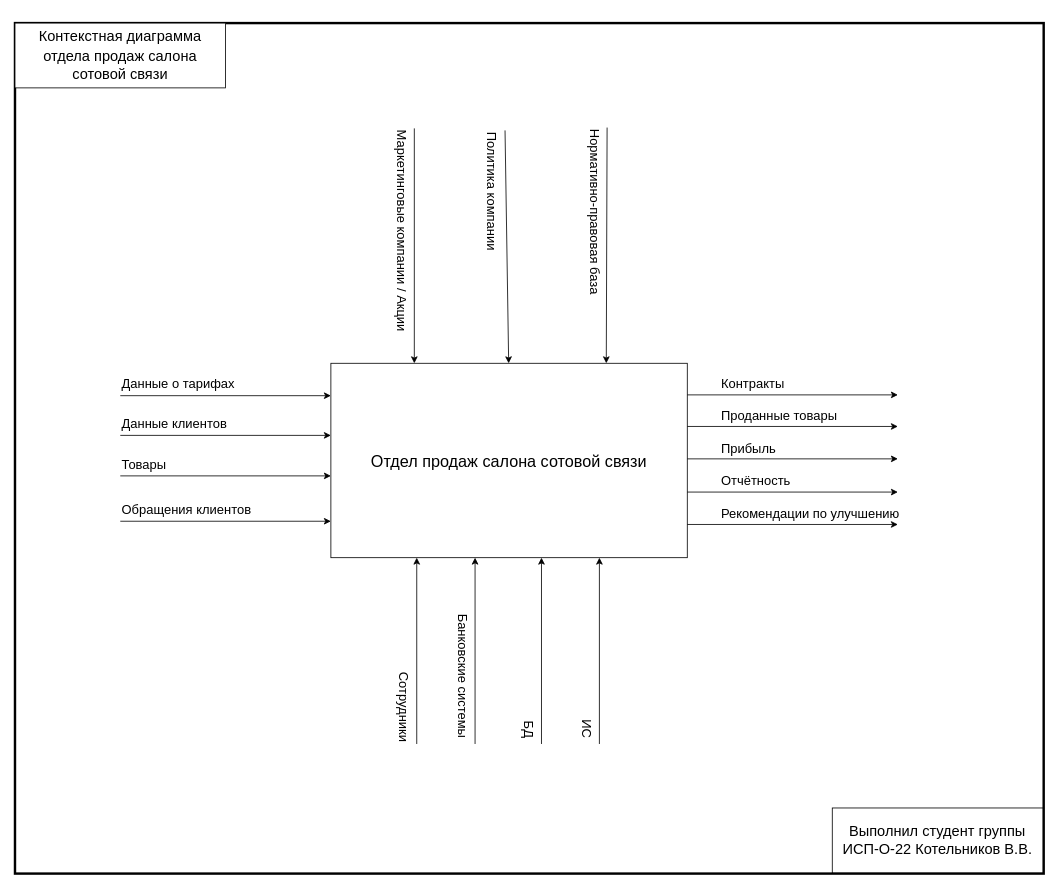
Above: page "контекстная диаграмма" (3 of 6) of media/Диаграммы  - салон связи.drawio in ColdenI/Diploma-IS-mobile-phone-store (draw.io), before the change. Source tidied: cells renumbered, new cells numbered last; positions are measured from the earlier drawing's top-left corner, leaving out a move shared by most shapes. Both pictures are drawn from the tidied source at 81%, with x=0, y=0 at pixel (15, 23).
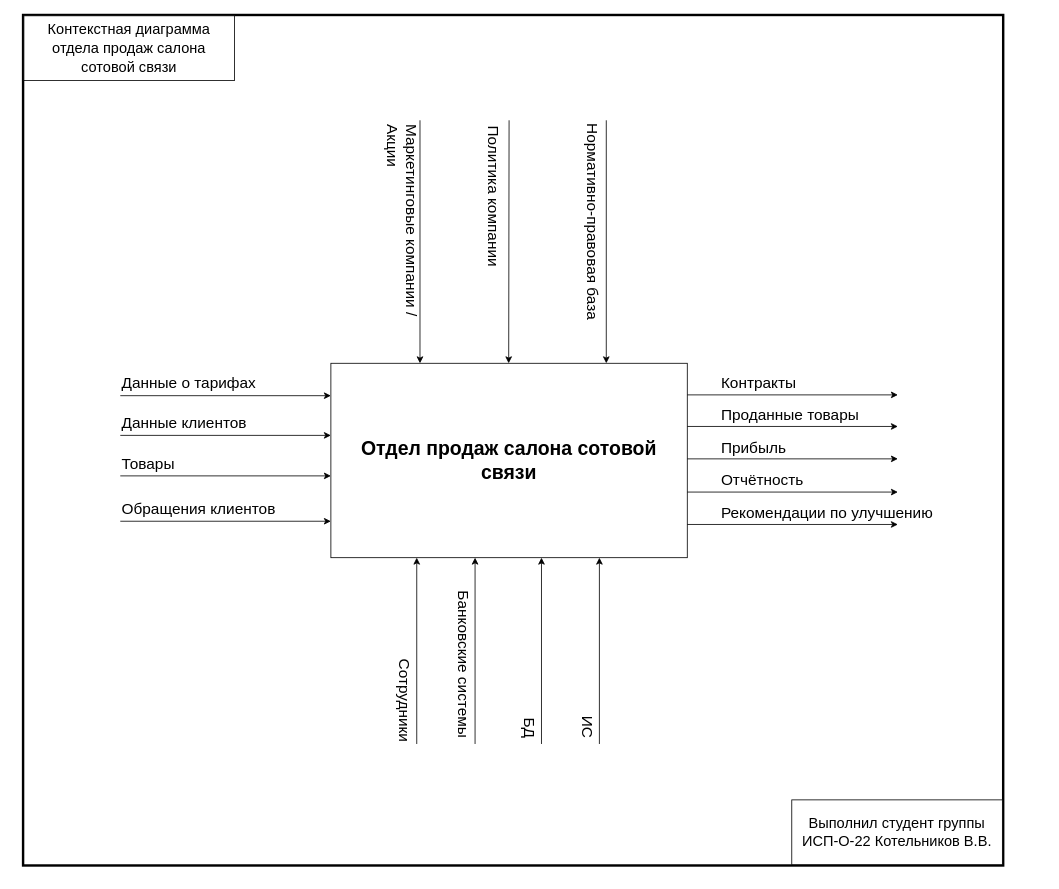
The same page after the edit.

Diff of the diagram source:
```diff
@@
     <mxCell id="2" style="rounded=0;whiteSpace=wrap;html=1;strokeWidth=3;fillColor=none;" parent="1" vertex="1">
-      <mxGeometry width="1270" height="1050" as="geometry" />
+      <mxGeometry x="10" y="-10" width="1210" height="1050" as="geometry" />
     </mxCell>
-    <mxCell id="3" value="Отдел продаж салона сотовой связи" style="rounded=0;whiteSpace=wrap;html=1;fontSize=20;" parent="1" vertex="1">
+    <mxCell id="3" value="Отдел продаж салона сотовой связи" style="rounded=0;whiteSpace=wrap;html=1;fontSize=24;fontStyle=1;" parent="1" vertex="1">
       <mxGeometry x="390" y="420" width="440" height="240" as="geometry" />
     </mxCell>
@@
-    <mxCell id="5" value="Данные о тарифах" style="text;html=1;align=left;verticalAlign=middle;whiteSpace=wrap;rounded=0;fontSize=16;" parent="1" vertex="1">
+    <mxCell id="5" value="Данные о тарифах" style="text;html=1;align=left;verticalAlign=middle;whiteSpace=wrap;rounded=0;fontSize=19;" parent="1" vertex="1">
       <mxGeometry x="130" y="430" width="200" height="30" as="geometry" />
     </mxCell>
-    <mxCell id="6" value="Данные клиентов" style="text;html=1;align=left;verticalAlign=middle;whiteSpace=wrap;rounded=0;fontSize=16;" parent="1" vertex="1">
+    <mxCell id="6" value="Данные клиентов" style="text;html=1;align=left;verticalAlign=middle;whiteSpace=wrap;rounded=0;fontSize=19;" parent="1" vertex="1">
       <mxGeometry x="130" y="480" width="200" height="30" as="geometry" />
     </mxCell>
-    <mxCell id="7" value="Товары" style="text;html=1;align=left;verticalAlign=middle;whiteSpace=wrap;rounded=0;fontSize=16;" parent="1" vertex="1">
+    <mxCell id="7" value="Товары" style="text;html=1;align=left;verticalAlign=middle;whiteSpace=wrap;rounded=0;fontSize=19;" parent="1" vertex="1">
       <mxGeometry x="130" y="530" width="200" height="30" as="geometry" />
     </mxCell>
-    <mxCell id="8" value="Контракты" style="text;html=1;align=left;verticalAlign=middle;whiteSpace=wrap;rounded=0;fontSize=16;" parent="1" vertex="1">
+    <mxCell id="8" value="Контракты" style="text;html=1;align=left;verticalAlign=middle;whiteSpace=wrap;rounded=0;fontSize=19;" parent="1" vertex="1">
       <mxGeometry x="870" y="430" width="200" height="30" as="geometry" />
     </mxCell>
-    <mxCell id="9" value="Проданные товары" style="text;html=1;align=left;verticalAlign=middle;whiteSpace=wrap;rounded=0;fontSize=16;" parent="1" vertex="1">
+    <mxCell id="9" value="Проданные товары" style="text;html=1;align=left;verticalAlign=middle;whiteSpace=wrap;rounded=0;fontSize=19;" parent="1" vertex="1">
       <mxGeometry x="870" y="470" width="320" height="30" as="geometry" />
     </mxCell>
-    <mxCell id="10" value="Рекомендации по улучшению" style="text;html=1;align=left;verticalAlign=middle;whiteSpace=wrap;rounded=0;fontSize=16;" parent="1" vertex="1">
+    <mxCell id="10" value="Рекомендации по улучшению" style="text;html=1;align=left;verticalAlign=middle;whiteSpace=wrap;rounded=0;fontSize=19;" parent="1" vertex="1">
       <mxGeometry x="870" y="590" width="270" height="30" as="geometry" />
     </mxCell>
-    <mxCell id="11" value="Прибыль" style="text;html=1;align=left;verticalAlign=middle;whiteSpace=wrap;rounded=0;fontSize=16;" parent="1" vertex="1">
+    <mxCell id="11" value="Прибыль" style="text;html=1;align=left;verticalAlign=middle;whiteSpace=wrap;rounded=0;fontSize=19;" parent="1" vertex="1">
       <mxGeometry x="870" y="510" width="280" height="30" as="geometry" />
     </mxCell>
-    <mxCell id="12" value="Отчётность" style="text;html=1;align=left;verticalAlign=middle;whiteSpace=wrap;rounded=0;fontSize=16;" parent="1" vertex="1">
+    <mxCell id="12" value="Отчётность" style="text;html=1;align=left;verticalAlign=middle;whiteSpace=wrap;rounded=0;fontSize=19;" parent="1" vertex="1">
       <mxGeometry x="870" y="550" width="200" height="30" as="geometry" />
     </mxCell>
-    <mxCell id="13" value="Сотрудники" style="text;html=1;align=right;verticalAlign=middle;whiteSpace=wrap;rounded=0;rotation=90;direction=south;fontSize=16;" parent="1" vertex="1">
+    <mxCell id="13" value="Сотрудники" style="text;html=1;align=right;verticalAlign=middle;whiteSpace=wrap;rounded=0;rotation=90;direction=south;fontSize=19;" parent="1" vertex="1">
       <mxGeometry x="385" y="780" width="190" height="30" as="geometry" />
     </mxCell>
-    <mxCell id="14" value="ИС" style="text;html=1;align=right;verticalAlign=middle;whiteSpace=wrap;rounded=0;direction=east;rotation=90;fontSize=16;" parent="1" vertex="1">
+    <mxCell id="14" value="ИС" style="text;html=1;align=right;verticalAlign=middle;whiteSpace=wrap;rounded=0;direction=east;rotation=90;fontSize=19;" parent="1" vertex="1">
       <mxGeometry x="607" y="770" width="200" height="30" as="geometry" />
     </mxCell>
-    <mxCell id="15" value="Банковские системы" style="text;html=1;align=right;verticalAlign=middle;whiteSpace=wrap;rounded=0;direction=east;rotation=90;fontSize=16;" parent="1" vertex="1">
+    <mxCell id="15" value="Банковские системы" style="text;html=1;align=right;verticalAlign=middle;whiteSpace=wrap;rounded=0;direction=east;rotation=90;fontSize=19;" parent="1" vertex="1">
       <mxGeometry x="453" y="770" width="200" height="30" as="geometry" />
     </mxCell>
-    <mxCell id="16" value="БД" style="text;html=1;align=right;verticalAlign=middle;whiteSpace=wrap;rounded=0;direction=east;rotation=90;fontSize=16;" parent="1" vertex="1">
+    <mxCell id="16" value="БД" style="text;html=1;align=right;verticalAlign=middle;whiteSpace=wrap;rounded=0;direction=east;rotation=90;fontSize=19;" parent="1" vertex="1">
       <mxGeometry x="535" y="770" width="200" height="30" as="geometry" />
     </mxCell>
-    <mxCell id="17" value="Маркетинговые компании / Акции" style="text;html=1;align=left;verticalAlign=middle;whiteSpace=wrap;rounded=0;rotation=90;fontSize=16;" parent="1" vertex="1">
-      <mxGeometry x="345.5" y="247.5" width="265" height="30" as="geometry" />
+    <mxCell id="17" value="Маркетинговые компании / Акции" style="text;html=1;align=left;verticalAlign=middle;whiteSpace=wrap;rounded=0;rotation=90;fontSize=19;" parent="1" vertex="1">
+      <mxGeometry x="346" y="240" width="265" height="30" as="geometry" />
     </mxCell>
-    <mxCell id="18" value="Политика компании" style="text;html=1;align=left;verticalAlign=middle;whiteSpace=wrap;rounded=0;rotation=90;fontSize=16;" parent="1" vertex="1">
-      <mxGeometry x="490" y="217.5" width="200" height="30" as="geometry" />
+    <mxCell id="18" value="Политика компании" style="text;html=1;align=left;verticalAlign=middle;whiteSpace=wrap;rounded=0;rotation=90;fontSize=19;" parent="1" vertex="1">
+      <mxGeometry x="490" y="210" width="200" height="30" as="geometry" />
     </mxCell>
-    <mxCell id="19" value="Нормативно-правовая база" style="text;html=1;align=left;verticalAlign=middle;whiteSpace=wrap;rounded=0;rotation=90;fontSize=16;" parent="1" vertex="1">
-      <mxGeometry x="583" y="247" width="266" height="30" as="geometry" />
+    <mxCell id="19" value="Нормативно-правовая база" style="text;html=1;align=left;verticalAlign=middle;whiteSpace=wrap;rounded=0;rotation=90;fontSize=19;" parent="1" vertex="1">
+      <mxGeometry x="580" y="240" width="266" height="30" as="geometry" />
     </mxCell>
@@
-    <mxCell id="32" style="endArrow=none;html=1;rounded=0;verticalAlign=middle;horizontal=1;endFill=0;startArrow=classic;startFill=1;fontSize=16;entryX=0;entryY=0;entryDx=0;entryDy=0;" parent="1" edge="1" target="17">
+    <mxCell id="32" style="endArrow=none;html=1;rounded=0;verticalAlign=middle;horizontal=1;endFill=0;startArrow=classic;startFill=1;fontSize=16;exitX=0.25;exitY=0;exitDx=0;exitDy=0;" parent="1" edge="1" source="3">
       <mxGeometry relative="1" as="geometry">
-        <mxPoint x="493" y="420" as="sourcePoint" />
+        <mxPoint x="500" y="120" as="targetPoint" />
       </mxGeometry>
     </mxCell>
-    <mxCell id="33" style="endArrow=none;html=1;rounded=0;verticalAlign=middle;horizontal=1;endFill=0;startArrow=classic;startFill=1;fontSize=16;entryX=0;entryY=0;entryDx=0;entryDy=0;" parent="1" edge="1" target="18">
+    <mxCell id="33" style="endArrow=none;html=1;rounded=0;verticalAlign=middle;horizontal=1;endFill=0;startArrow=classic;startFill=1;fontSize=16;" parent="1" edge="1">
       <mxGeometry relative="1" as="geometry">
         <mxPoint x="609.5" y="420" as="sourcePoint" />
+        <mxPoint x="610" y="120" as="targetPoint" />
       </mxGeometry>
     </mxCell>
-    <mxCell id="34" style="endArrow=none;html=1;rounded=0;verticalAlign=middle;horizontal=1;endFill=0;startArrow=classic;startFill=1;fontSize=16;entryX=0;entryY=0;entryDx=0;entryDy=0;" parent="1" edge="1" target="19">
+    <mxCell id="34" style="endArrow=none;html=1;rounded=0;verticalAlign=middle;horizontal=1;endFill=0;startArrow=classic;startFill=1;fontSize=16;" parent="1" edge="1">
       <mxGeometry relative="1" as="geometry">
         <mxPoint x="730" y="420" as="sourcePoint" />
+        <mxPoint x="730" y="120" as="targetPoint" />
       </mxGeometry>
     </mxCell>
     <mxCell id="35" value="&lt;span style=&quot;font-family: &amp;quot;YS Text&amp;quot;, &amp;quot;Helvetica Neue&amp;quot;, Helvetica, Arial, sans-serif; font-size: 18px; text-align: left;&quot;&gt;Контекстная диаграмма отдела продаж салона сотовой связи&lt;/span&gt;" style="rounded=0;whiteSpace=wrap;html=1;fontColor=default;labelBackgroundColor=none;fontSize=18;" parent="1" vertex="1">
-      <mxGeometry width="260" height="80" as="geometry" />
+      <mxGeometry x="11" y="-9" width="260" height="80" as="geometry" />
     </mxCell>
     <mxCell id="36" value="Выполнил студент группы ИСП-О-22&amp;nbsp;Котельников В.В." style="rounded=0;whiteSpace=wrap;html=1;fontSize=18;" parent="1" vertex="1">
-      <mxGeometry x="1009" y="969" width="260" height="80" as="geometry" />
+      <mxGeometry x="959" y="959" width="260" height="80" as="geometry" />
     </mxCell>
-    <mxCell id="37" value="Обращения клиентов" style="text;html=1;align=left;verticalAlign=middle;whiteSpace=wrap;rounded=0;fontSize=16;" parent="1" vertex="1">
+    <mxCell id="37" value="Обращения клиентов" style="text;html=1;align=left;verticalAlign=middle;whiteSpace=wrap;rounded=0;fontSize=19;" parent="1" vertex="1">
       <mxGeometry x="130" y="585" width="200" height="30" as="geometry" />
     </mxCell>
```
